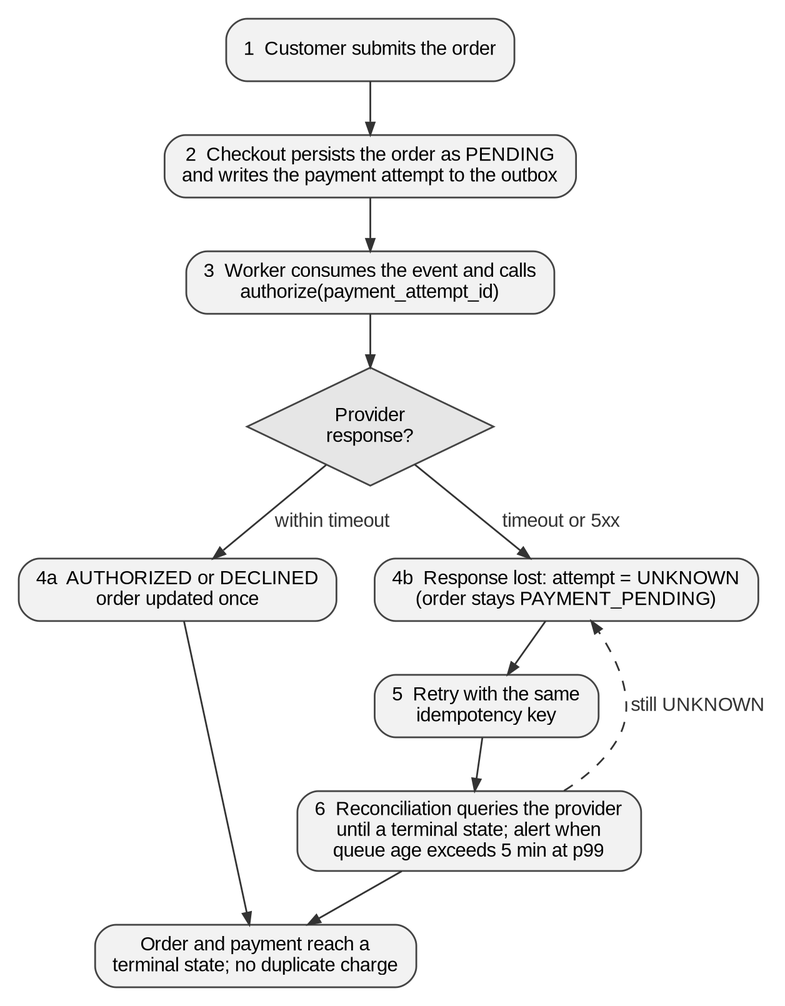
The Graphviz diagram assets/diagrams/rendered/ch12-payment-failure-sequence.png in cesarcastrocuba/handbook-solutions-architecture, before a commit. Its source is kept beside it as assets/diagrams/src/ch12-payment-failure-sequence.dot.
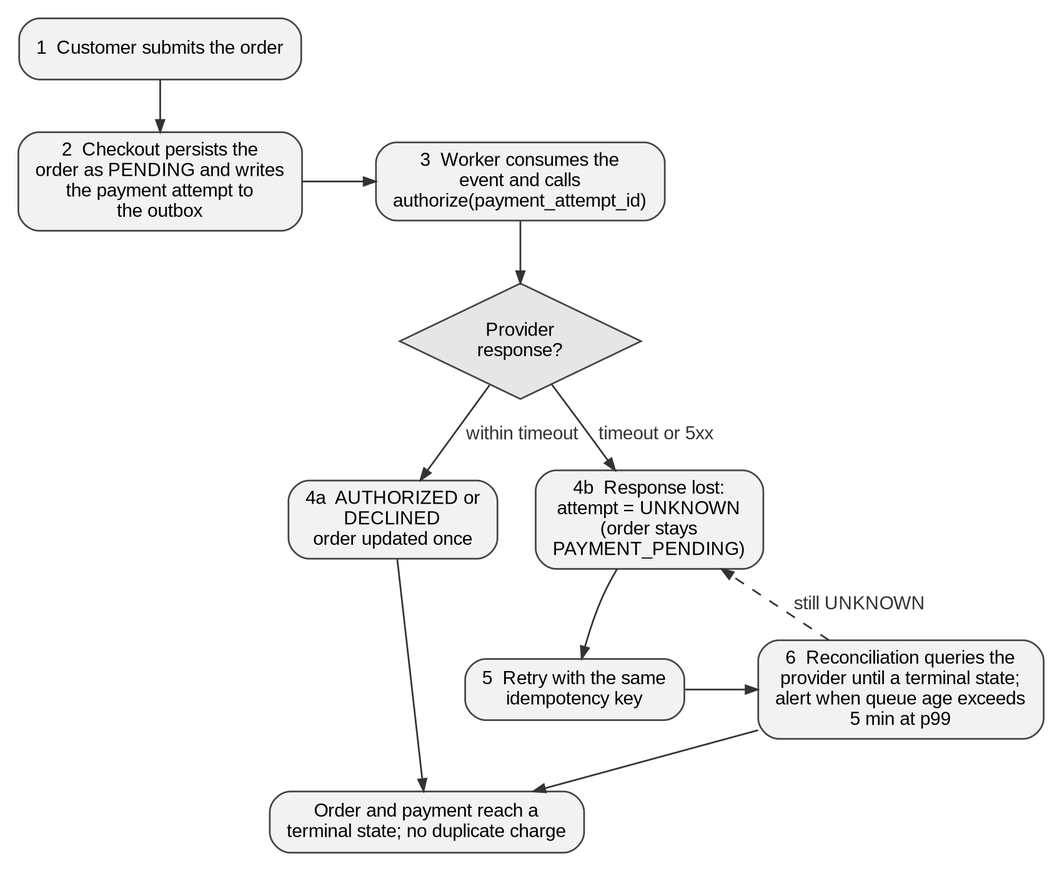
After the commit.

Change to the diagram source:
```diff
@@ -2,13 +2,13 @@
 
  rankdir=TB;
  n1 [label="1  Customer submits the order"];
- n2 [label="2  Checkout persists the order as PENDING\nand writes the payment attempt to the outbox"];
- n3 [label="3  Worker consumes the event and calls\nauthorize(payment_attempt_id)"];
+ n2 [label="2  Checkout persists the\norder as PENDING and writes\nthe payment attempt to\nthe outbox"];
+ n3 [label="3  Worker consumes the\nevent and calls\nauthorize(payment_attempt_id)"];
  q [label="Provider\nresponse?", shape=diamond, style="filled"];
- a [label="4a  AUTHORIZED or DECLINED\norder updated once"];
- u [label="4b  Response lost: attempt = UNKNOWN\n(order stays PAYMENT_PENDING)"];
+ a [label="4a  AUTHORIZED or\nDECLINED\norder updated once"];
+ u [label="4b  Response lost:\nattempt = UNKNOWN\n(order stays\nPAYMENT_PENDING)"];
  r [label="5  Retry with the same\nidempotency key"];
- rec [label="6  Reconciliation queries the provider\nuntil a terminal state; alert when\nqueue age exceeds 5 min at p99"];
+ rec [label="6  Reconciliation queries the\nprovider until a terminal state;\nalert when queue age exceeds\n5 min at p99"];
  done [label="Order and payment reach a\nterminal state; no duplicate charge"];
  n1->n2->n3->q;
  q->a [label=" within timeout"];
@@ -18,5 +18,7 @@
  r->rec;
  rec->done;
  rec->u [label=" still UNKNOWN", style=dashed, constraint=false];
- {rank=same; a; u;}
+ {rank=same; a; u}
+ {rank=same; r; rec}
+ {rank=same; n2; n3}
 }
```
